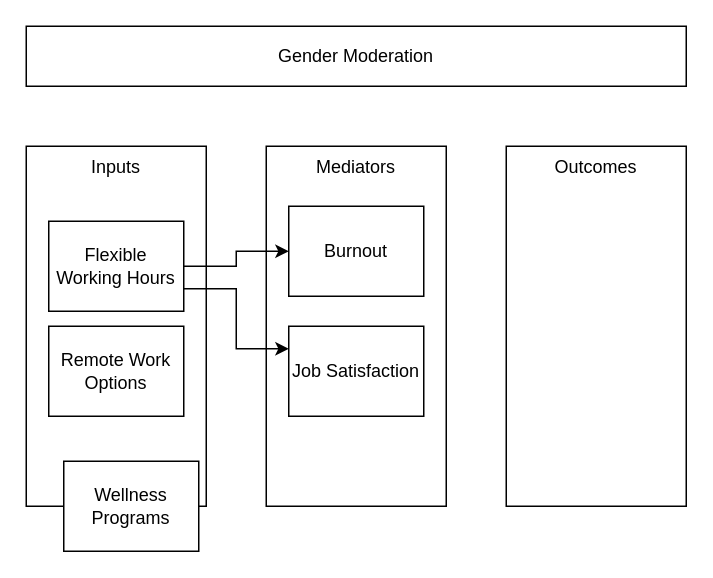
Before: WLB2.drawio in vinayak-k24/DrawIO, a draw.io diagram. Source tidied: cells renumbered, new cells numbered last; positions are measured from the earlier drawing's top-left corner, leaving out a move shared by most shapes. Both pictures are drawn from the tidied source at 150%, with x=0, y=0 at pixel (26, 26).
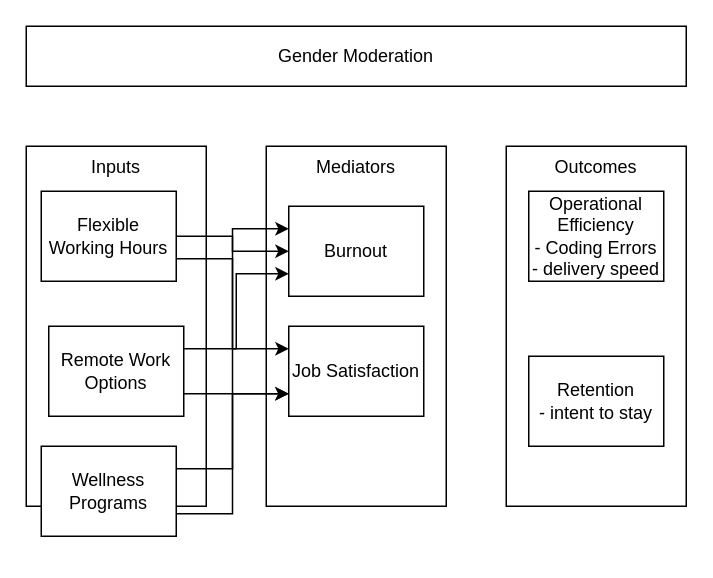
Above is the later version.

The edit, as a diff of the source:
```diff
@@
 <mxGraphModel>
   <root>
     <mxCell id="0" />
     <mxCell id="1" parent="0" />
     <mxCell id="2" value="Inputs" style="rounded=0;whiteSpace=wrap;html=1;verticalAlign=top;" parent="1" vertex="1">
       <mxGeometry y="80" width="120" height="240" as="geometry" />
     </mxCell>
     <mxCell id="3" value="Mediators" style="rounded=0;whiteSpace=wrap;html=1;verticalAlign=top;" parent="1" vertex="1">
       <mxGeometry x="160" y="80" width="120" height="240" as="geometry" />
     </mxCell>
     <mxCell id="4" value="Outcomes" style="rounded=0;whiteSpace=wrap;html=1;verticalAlign=top;" parent="1" vertex="1">
       <mxGeometry x="320" y="80" width="120" height="240" as="geometry" />
     </mxCell>
     <mxCell id="5" value="Gender Moderation" style="rounded=0;whiteSpace=wrap;html=1;" parent="1" vertex="1">
       <mxGeometry width="440" height="40" as="geometry" />
     </mxCell>
     <mxCell id="6" style="edgeStyle=orthogonalEdgeStyle;rounded=0;jettySize=auto;html=1;exitX=1;exitY=0.5;exitDx=0;exitDy=0;entryX=0;entryY=0.5;entryDx=0;entryDy=0;" parent="1" edge="1" source="8" target="11">
       <mxGeometry relative="1" as="geometry" />
     </mxCell>
     <mxCell id="7" style="edgeStyle=orthogonalEdgeStyle;rounded=0;jettySize=auto;html=1;exitX=1;exitY=0.75;exitDx=0;exitDy=0;entryX=0;entryY=0.25;entryDx=0;entryDy=0;" parent="1" edge="1" source="8" target="12">
       <mxGeometry relative="1" as="geometry" />
     </mxCell>
     <mxCell id="8" value="Flexible Working Hours" style="rounded=0;whiteSpace=wrap;html=1;" parent="1" vertex="1">
-      <mxGeometry x="15" y="130" width="90" height="60" as="geometry" />
+      <mxGeometry x="10" y="110" width="90" height="60" as="geometry" />
     </mxCell>
+    <mxCell id="13" style="edgeStyle=orthogonalEdgeStyle;rounded=0;jettySize=auto;html=1;exitX=1;exitY=0.25;exitDx=0;exitDy=0;entryX=0;entryY=0.75;entryDx=0;entryDy=0;" parent="1" edge="1" source="9" target="11">
+      <mxGeometry relative="1" as="geometry" />
+    </mxCell>
+    <mxCell id="14" style="edgeStyle=orthogonalEdgeStyle;rounded=0;jettySize=auto;html=1;exitX=1;exitY=0.75;exitDx=0;exitDy=0;entryX=0;entryY=0.75;entryDx=0;entryDy=0;" parent="1" edge="1" source="9" target="12">
+      <mxGeometry relative="1" as="geometry" />
+    </mxCell>
     <mxCell id="9" value="Remote Work Options" style="rounded=0;whiteSpace=wrap;html=1;" parent="1" vertex="1">
       <mxGeometry x="15" y="200" width="90" height="60" as="geometry" />
     </mxCell>
+    <mxCell id="15" style="edgeStyle=orthogonalEdgeStyle;rounded=0;jettySize=auto;html=1;exitX=1;exitY=0.25;exitDx=0;exitDy=0;entryX=0;entryY=0.25;entryDx=0;entryDy=0;" parent="1" edge="1" source="10" target="11">
+      <mxGeometry relative="1" as="geometry" />
+    </mxCell>
+    <mxCell id="16" style="edgeStyle=orthogonalEdgeStyle;rounded=0;jettySize=auto;html=1;exitX=1;exitY=0.75;exitDx=0;exitDy=0;entryX=0;entryY=0.75;entryDx=0;entryDy=0;" parent="1" edge="1" source="10" target="12">
+      <mxGeometry relative="1" as="geometry" />
+    </mxCell>
     <mxCell id="10" value="Wellness Programs" style="rounded=0;whiteSpace=wrap;html=1;" parent="1" vertex="1">
-      <mxGeometry x="25" y="290" width="90" height="60" as="geometry" />
+      <mxGeometry x="10" y="280" width="90" height="60" as="geometry" />
     </mxCell>
     <mxCell id="11" value="Burnout" style="rounded=0;whiteSpace=wrap;html=1;" parent="1" vertex="1">
       <mxGeometry x="175" y="120" width="90" height="60" as="geometry" />
     </mxCell>
     <mxCell id="12" value="Job Satisfaction" style="rounded=0;whiteSpace=wrap;html=1;" parent="1" vertex="1">
       <mxGeometry x="175" y="200" width="90" height="60" as="geometry" />
     </mxCell>
+    <mxCell id="17" value="Operational Efficiency&lt;div&gt;- Coding Errors&lt;/div&gt;&lt;div&gt;- delivery speed&lt;/div&gt;" style="rounded=0;whiteSpace=wrap;html=1;" parent="1" vertex="1">
+      <mxGeometry x="335" y="110" width="90" height="60" as="geometry" />
+    </mxCell>
+    <mxCell id="18" value="Retention&lt;div&gt;- intent to stay&lt;/div&gt;" style="rounded=0;whiteSpace=wrap;html=1;" parent="1" vertex="1">
+      <mxGeometry x="335" y="220" width="90" height="60" as="geometry" />
+    </mxCell>
   </root>
 </mxGraphModel>
```
